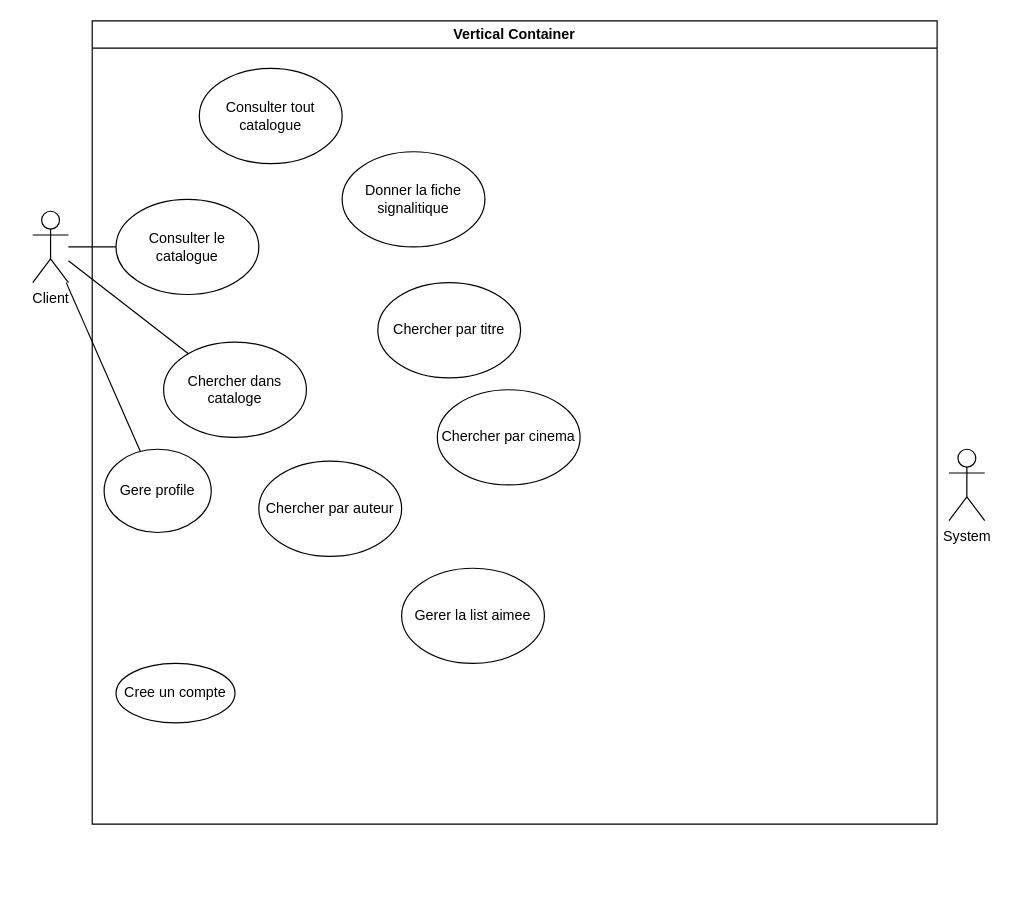
chouaibKr0/ProjetGL keeps this draw.io diagram as usecase.drawio. Above is the earlier version. Source tidied: cells renumbered, new cells numbered last; positions are measured from the earlier drawing's top-left corner, leaving out a move shared by most shapes. Both pictures are drawn from the tidied source at 119%, with x=0, y=0 at pixel (32, 20).
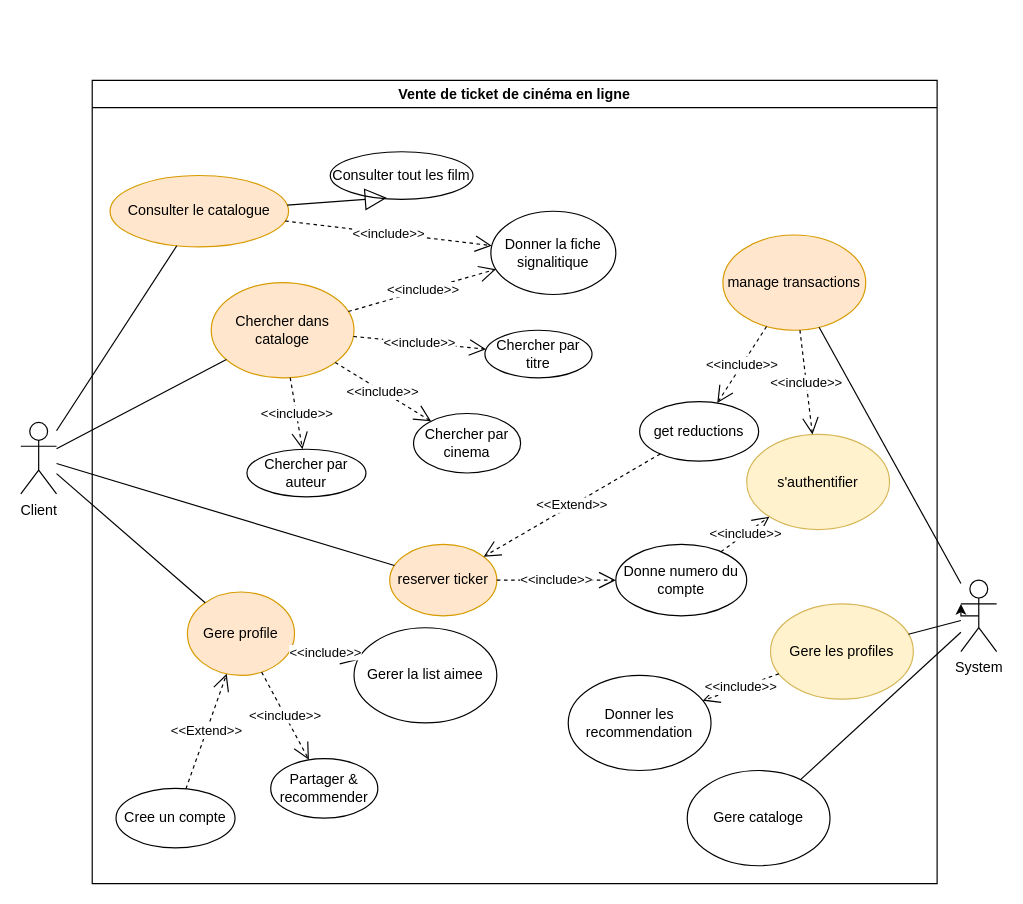
After the change.

The edit, as a diff of the source:
```diff
@@
     <mxCell id="2" value="Client" style="shape=umlActor;verticalLabelPosition=bottom;verticalAlign=top;html=1;outlineConnect=0;" parent="1" vertex="1">
-      <mxGeometry y="160" width="30" height="60" as="geometry" />
+      <mxGeometry x="-10" y="337.5" width="30" height="60" as="geometry" />
     </mxCell>
-    <mxCell id="3" value="Vertical Container" style="swimlane;whiteSpace=wrap;html=1;" parent="1" vertex="1">
-      <mxGeometry x="50" width="710" height="675" as="geometry" />
+    <mxCell id="3" value="Vente de ticket de cinéma en ligne" style="swimlane;whiteSpace=wrap;html=1;" parent="1" vertex="1">
+      <mxGeometry x="50" y="50" width="710" height="675" as="geometry" />
     </mxCell>
-    <mxCell id="4" value="Gere profile" style="ellipse;whiteSpace=wrap;html=1;" parent="3" vertex="1">
-      <mxGeometry x="10" y="360" width="90" height="70" as="geometry" />
+    <mxCell id="4" value="Gere profile" style="ellipse;whiteSpace=wrap;html=1;fillColor=#ffe6cc;strokeColor=#d79b00;" parent="3" vertex="1">
+      <mxGeometry x="80" y="430" width="90" height="70" as="geometry" />
     </mxCell>
     <mxCell id="5" value="Cree un compte" style="ellipse;whiteSpace=wrap;html=1;" parent="3" vertex="1">
-      <mxGeometry x="20" y="540" width="100" height="50" as="geometry" />
+      <mxGeometry x="20" y="595" width="100" height="50" as="geometry" />
     </mxCell>
     <mxCell id="6" value="Chercher par cinema" style="ellipse;whiteSpace=wrap;html=1;" parent="3" vertex="1">
-      <mxGeometry x="290" y="310" width="120" height="80" as="geometry" />
+      <mxGeometry x="270" y="280" width="90" height="50" as="geometry" />
     </mxCell>
     <mxCell id="7" value="Chercher par auteur" style="ellipse;whiteSpace=wrap;html=1;" parent="3" vertex="1">
-      <mxGeometry x="140" y="370" width="120" height="80" as="geometry" />
+      <mxGeometry x="130" y="310" width="100" height="40" as="geometry" />
     </mxCell>
     <mxCell id="8" value="Chercher par titre" style="ellipse;whiteSpace=wrap;html=1;" parent="3" vertex="1">
-      <mxGeometry x="240" y="220" width="120" height="80" as="geometry" />
+      <mxGeometry x="330" y="210" width="90" height="40" as="geometry" />
     </mxCell>
-    <mxCell id="9" value="Consulter le catalogue" style="ellipse;whiteSpace=wrap;html=1;" parent="3" vertex="1">
-      <mxGeometry x="20" y="150" width="120" height="80" as="geometry" />
+    <mxCell id="9" value="Consulter le catalogue" style="ellipse;whiteSpace=wrap;html=1;fillColor=#ffe6cc;strokeColor=#d79b00;" parent="3" vertex="1">
+      <mxGeometry x="15" y="80" width="150" height="60" as="geometry" />
     </mxCell>
-    <mxCell id="10" value="Chercher dans cataloge" style="ellipse;whiteSpace=wrap;html=1;" parent="3" vertex="1">
-      <mxGeometry x="60" y="270" width="120" height="80" as="geometry" />
+    <mxCell id="10" value="Chercher dans cataloge" style="ellipse;whiteSpace=wrap;html=1;fillColor=#ffe6cc;strokeColor=#d79b00;" parent="3" vertex="1">
+      <mxGeometry x="100" y="170" width="120" height="80" as="geometry" />
     </mxCell>
-    <mxCell id="11" value="Consulter tout catalogue" style="ellipse;whiteSpace=wrap;html=1;" parent="3" vertex="1">
-      <mxGeometry x="90" y="40" width="120" height="80" as="geometry" />
+    <mxCell id="11" value="Consulter tout les film" style="ellipse;whiteSpace=wrap;html=1;" parent="3" vertex="1">
+      <mxGeometry x="200" y="60" width="120" height="40" as="geometry" />
     </mxCell>
     <mxCell id="12" value="Donner la fiche signalitique" style="ellipse;whiteSpace=wrap;html=1;" parent="3" vertex="1">
-      <mxGeometry x="210" y="110" width="120" height="80" as="geometry" />
+      <mxGeometry x="335" y="110" width="105" height="70" as="geometry" />
     </mxCell>
     <mxCell id="13" value="Gerer la list aimee" style="ellipse;whiteSpace=wrap;html=1;" parent="3" vertex="1">
-      <mxGeometry x="260" y="460" width="120" height="80" as="geometry" />
+      <mxGeometry x="220" y="460" width="120" height="80" as="geometry" />
     </mxCell>
+    <mxCell id="18" value="Gere cataloge" style="ellipse;whiteSpace=wrap;html=1;" parent="3" vertex="1">
+      <mxGeometry x="500" y="580" width="120" height="80" as="geometry" />
+    </mxCell>
+    <mxCell id="19" value="Gere les profiles" style="ellipse;whiteSpace=wrap;html=1;fillColor=#fff2cc;strokeColor=#d6b656;" parent="3" vertex="1">
+      <mxGeometry x="570" y="440" width="120" height="80" as="geometry" />
+    </mxCell>
+    <mxCell id="20" value="manage transactions" style="ellipse;whiteSpace=wrap;html=1;fillColor=#ffe6cc;strokeColor=#d79b00;" parent="3" vertex="1">
+      <mxGeometry x="530" y="130" width="120" height="80" as="geometry" />
+    </mxCell>
+    <mxCell id="21" value="Donner les recommendation" style="ellipse;whiteSpace=wrap;html=1;" parent="3" vertex="1">
+      <mxGeometry x="400" y="500" width="120" height="80" as="geometry" />
+    </mxCell>
+    <mxCell id="22" value="reserver ticker " style="ellipse;whiteSpace=wrap;html=1;fillColor=#ffe6cc;strokeColor=#d79b00;" parent="3" vertex="1">
+      <mxGeometry x="250" y="390" width="90" height="60" as="geometry" />
+    </mxCell>
+    <mxCell id="23" value="get reductions" style="ellipse;whiteSpace=wrap;html=1;" parent="3" vertex="1">
+      <mxGeometry x="460" y="270" width="100" height="50" as="geometry" />
+    </mxCell>
+    <mxCell id="24" value="Partager &amp;amp; recommender" style="ellipse;whiteSpace=wrap;html=1;" parent="3" vertex="1">
+      <mxGeometry x="150" y="570" width="90" height="50" as="geometry" />
+    </mxCell>
+    <mxCell id="25" value="&amp;lt;&amp;lt;include&amp;gt;&amp;gt;" style="endArrow=open;endSize=12;dashed=1;html=1;rounded=0;" parent="3" edge="1" source="10" target="8">
+      <mxGeometry relative="1" as="geometry" />
+    </mxCell>
+    <mxCell id="26" value="&amp;lt;&amp;lt;include&amp;gt;&amp;gt;" style="endArrow=open;endSize=12;dashed=1;html=1;rounded=0;" parent="3" edge="1" source="10" target="6">
+      <mxGeometry relative="1" as="geometry" />
+    </mxCell>
+    <mxCell id="27" value="&amp;lt;&amp;lt;include&amp;gt;&amp;gt;" style="endArrow=open;endSize=12;dashed=1;html=1;rounded=0;" parent="3" edge="1" source="10" target="7">
+      <mxGeometry relative="1" as="geometry" />
+    </mxCell>
+    <mxCell id="28" value="&amp;lt;&amp;lt;Extend&amp;gt;&amp;gt;" style="endArrow=open;endSize=12;dashed=1;html=1;rounded=0;" parent="3" edge="1" source="5" target="4">
+      <mxGeometry relative="1" as="geometry" />
+    </mxCell>
+    <mxCell id="29" value="&amp;lt;&amp;lt;include&amp;gt;&amp;gt;" style="endArrow=open;endSize=12;dashed=1;html=1;rounded=0;" parent="3" edge="1" source="4" target="24">
+      <mxGeometry relative="1" as="geometry" />
+    </mxCell>
+    <mxCell id="30" value="&amp;lt;&amp;lt;include&amp;gt;&amp;gt;" style="endArrow=open;endSize=12;dashed=1;html=1;rounded=0;" parent="3" edge="1" source="4" target="13">
+      <mxGeometry relative="1" as="geometry" />
+    </mxCell>
+    <mxCell id="31" value="&amp;lt;&amp;lt;Extend&amp;gt;&amp;gt;" style="endArrow=open;endSize=12;dashed=1;html=1;rounded=0;" parent="3" edge="1" source="23" target="22">
+      <mxGeometry relative="1" as="geometry" />
+    </mxCell>
+    <mxCell id="32" value="&amp;lt;&amp;lt;include&amp;gt;&amp;gt;" style="endArrow=open;endSize=12;dashed=1;html=1;rounded=0;" parent="3" edge="1" source="19" target="21">
+      <mxGeometry relative="1" as="geometry" />
+    </mxCell>
+    <mxCell id="33" value="&amp;lt;&amp;lt;include&amp;gt;&amp;gt;" style="endArrow=open;endSize=12;dashed=1;html=1;rounded=0;" parent="3" edge="1" source="20" target="23">
+      <mxGeometry relative="1" as="geometry" />
+    </mxCell>
+    <mxCell id="34" style="endArrow=block;endSize=16;endFill=0;html=1;rounded=0;entryX=0.396;entryY=0.969;entryDx=0;entryDy=0;entryPerimeter=0;" parent="3" edge="1" source="9" target="11">
+      <mxGeometry relative="1" as="geometry" />
+    </mxCell>
+    <mxCell id="35" value="&amp;lt;&amp;lt;include&amp;gt;&amp;gt;" style="endArrow=open;endSize=12;dashed=1;html=1;rounded=0;" parent="3" edge="1" source="10" target="12">
+      <mxGeometry relative="1" as="geometry" />
+    </mxCell>
+    <mxCell id="36" value="&amp;lt;&amp;lt;include&amp;gt;&amp;gt;" style="endArrow=open;endSize=12;dashed=1;html=1;rounded=0;" parent="3" edge="1" source="9" target="12">
+      <mxGeometry relative="1" as="geometry" />
+    </mxCell>
+    <mxCell id="37" value="Donne numero du compte" style="ellipse;whiteSpace=wrap;html=1;" parent="3" vertex="1">
+      <mxGeometry x="440" y="390" width="110" height="60" as="geometry" />
+    </mxCell>
+    <mxCell id="38" value="&amp;lt;&amp;lt;include&amp;gt;&amp;gt;" style="endArrow=open;endSize=12;dashed=1;html=1;rounded=0;" parent="3" edge="1" source="22" target="37">
+      <mxGeometry relative="1" as="geometry" />
+    </mxCell>
+    <mxCell id="39" value="s'authentifier" style="ellipse;whiteSpace=wrap;html=1;fillColor=#fff2cc;strokeColor=#d6b656;" parent="3" vertex="1">
+      <mxGeometry x="550" y="297.5" width="120" height="80" as="geometry" />
+    </mxCell>
+    <mxCell id="40" value="&amp;lt;&amp;lt;include&amp;gt;&amp;gt;" style="endArrow=open;endSize=12;dashed=1;html=1;rounded=0;" parent="3" edge="1" source="20" target="39">
+      <mxGeometry relative="1" as="geometry" />
+    </mxCell>
+    <mxCell id="41" value="&amp;lt;&amp;lt;include&amp;gt;&amp;gt;" style="endArrow=open;endSize=12;dashed=1;html=1;rounded=0;" parent="3" edge="1" source="37" target="39">
+      <mxGeometry relative="1" as="geometry" />
+    </mxCell>
     <mxCell id="14" value="System" style="shape=umlActor;verticalLabelPosition=bottom;verticalAlign=top;html=1;outlineConnect=0;" parent="1" vertex="1">
-      <mxGeometry x="770" y="360" width="30" height="60" as="geometry" />
+      <mxGeometry x="780" y="470" width="30" height="60" as="geometry" />
     </mxCell>
@@
+    <mxCell id="42" style="endArrow=none;html=1;rounded=0;" parent="1" edge="1" source="18" target="14">
+      <mxGeometry relative="1" as="geometry" />
+    </mxCell>
+    <mxCell id="43" style="endArrow=none;html=1;rounded=0;" parent="1" edge="1" source="19" target="14">
+      <mxGeometry relative="1" as="geometry" />
+    </mxCell>
+    <mxCell id="44" style="endArrow=none;html=1;rounded=0;" parent="1" edge="1" source="20" target="14">
+      <mxGeometry relative="1" as="geometry" />
+    </mxCell>
+    <mxCell id="45" style="endArrow=none;html=1;rounded=0;" parent="1" edge="1" source="2" target="22">
+      <mxGeometry relative="1" as="geometry" />
+    </mxCell>
+    <mxCell id="46" style="edgeStyle=orthogonalEdgeStyle;rounded=0;orthogonalLoop=1;jettySize=auto;html=1;exitX=0.5;exitY=0.5;exitDx=0;exitDy=0;exitPerimeter=0;entryX=0;entryY=0.3333333333333333;entryDx=0;entryDy=0;entryPerimeter=0;" parent="1" edge="1" source="14" target="14">
+      <mxGeometry relative="1" as="geometry" />
+    </mxCell>
```
